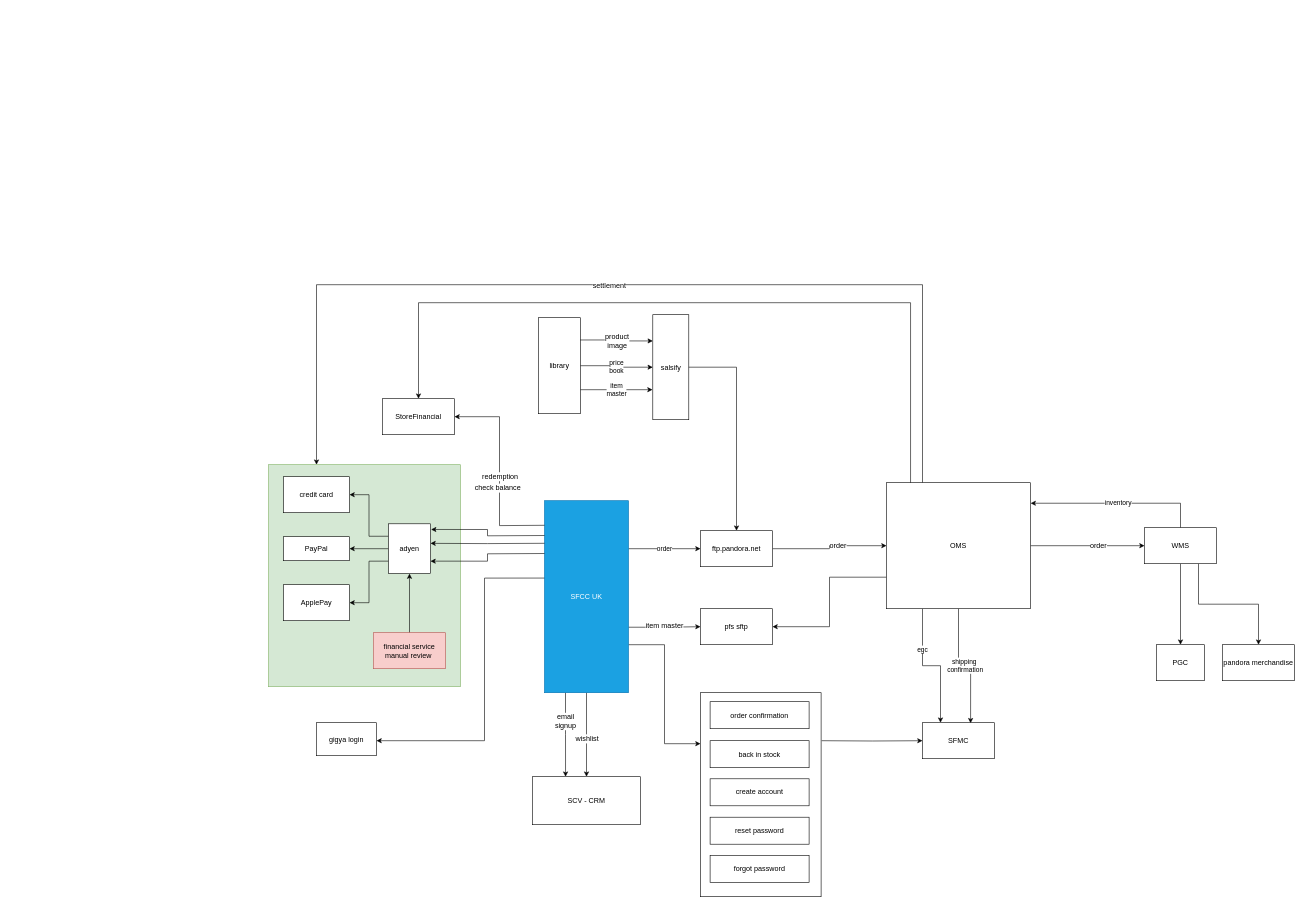
Earlier version of the draw.io diagram page "emea" (3 of 3) of Untitled Diagram.drawio (soum/pnd-diagrams). Source tidied: cells renumbered, new cells numbered last; positions are measured from the earlier drawing's top-left corner, leaving out a move shared by most shapes. Both pictures are drawn from the tidied source at 60%, with x=0, y=0 at pixel (268, 284).
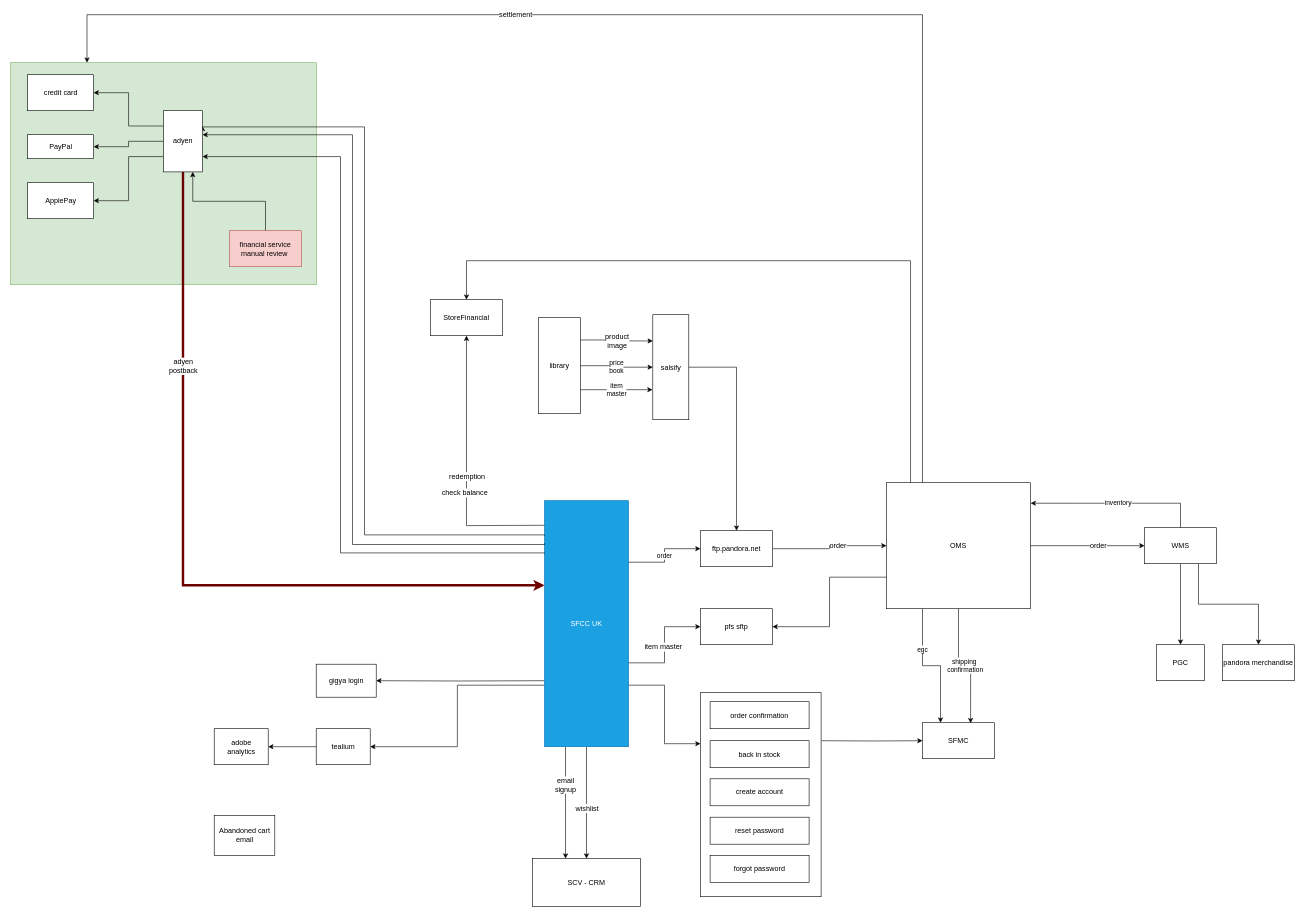
The same page after the edit.

Unchanged cells that the change refers to:
```xml
<mxCell id="33" value="OMS" style="rounded=0;whiteSpace=wrap;html=1;" parent="1" vertex="1">
  <mxGeometry x="1030" y="330" width="240" height="210" as="geometry" />
</mxCell>
```

The edit, as a diff of the source:
```diff
@@
     <mxCell id="2" style="rounded=0;whiteSpace=wrap;html=1;shadow=0;glass=0;comic=0;fillColor=#d5e8d4;strokeColor=#82b366;" parent="1" vertex="1">
-      <mxGeometry y="300" width="320" height="370" as="geometry" />
+      <mxGeometry x="-430" y="-370" width="510" height="370" as="geometry" />
     </mxCell>
@@
-    <mxCell id="7" style="edgeStyle=orthogonalEdgeStyle;rounded=0;jettySize=auto;html=1;" parent="1" edge="1" source="12">
-      <mxGeometry relative="1" as="geometry">
-        <mxPoint x="530" y="820" as="targetPoint" />
-      </mxGeometry>
+    <mxCell id="7" style="edgeStyle=orthogonalEdgeStyle;rounded=0;jettySize=auto;html=1;entryX=0.5;entryY=0;entryDx=0;entryDy=0;" parent="1" edge="1" source="12" target="64">
+      <mxGeometry relative="1" as="geometry" />
     </mxCell>
@@
-    <mxCell id="11" style="edgeStyle=orthogonalEdgeStyle;rounded=0;jettySize=auto;html=1;exitX=0.007;exitY=0.403;exitDx=0;exitDy=0;exitPerimeter=0;" parent="1" edge="1" source="12" target="13">
-      <mxGeometry relative="1" as="geometry">
-        <Array as="points">
-          <mxPoint x="360" y="489" />
-          <mxPoint x="360" y="760" />
-        </Array>
-      </mxGeometry>
-    </mxCell>
+    <mxCell id="65" style="edgeStyle=orthogonalEdgeStyle;rounded=0;jettySize=auto;html=1;entryX=1;entryY=0.5;entryDx=0;entryDy=0;strokeWidth=1;" parent="1" edge="1" target="13">
+      <mxGeometry relative="1" as="geometry">
+        <mxPoint x="460" y="660" as="sourcePoint" />
+      </mxGeometry>
+    </mxCell>
+    <mxCell id="66" style="edgeStyle=orthogonalEdgeStyle;rounded=0;jettySize=auto;html=1;exitX=0;exitY=0.75;exitDx=0;exitDy=0;entryX=1;entryY=0.5;entryDx=0;entryDy=0;strokeWidth=1;" parent="1" edge="1" source="12" target="70">
+      <mxGeometry relative="1" as="geometry" />
+    </mxCell>
     <mxCell id="12" value="SFCC UK" style="rounded=0;whiteSpace=wrap;html=1;fillColor=#1ba1e2;strokeColor=#006EAF;fontColor=#ffffff;" parent="1" vertex="1">
-      <mxGeometry x="460" y="360" width="140" height="320" as="geometry" />
+      <mxGeometry x="460" y="360" width="140" height="410" as="geometry" />
     </mxCell>
     <mxCell id="13" value="gigya login" style="rounded=0;whiteSpace=wrap;html=1;" parent="1" vertex="1">
-      <mxGeometry x="80" y="730" width="100" height="55" as="geometry" />
+      <mxGeometry x="79.5" y="632.5" width="100" height="55" as="geometry" />
     </mxCell>
-    <mxCell id="14" style="edgeStyle=orthogonalEdgeStyle;rounded=0;jettySize=auto;html=1;entryX=1;entryY=0.5;entryDx=0;entryDy=0;" parent="1" edge="1" target="21">
+    <mxCell id="14" style="edgeStyle=orthogonalEdgeStyle;rounded=0;jettySize=auto;html=1;entryX=0.5;entryY=1;entryDx=0;entryDy=0;" parent="1" edge="1" target="21">
       <mxGeometry relative="1" as="geometry">
         <mxPoint x="460" y="401" as="sourcePoint" />
       </mxGeometry>
     </mxCell>
@@
-    <mxCell id="17" style="edgeStyle=orthogonalEdgeStyle;rounded=0;jettySize=auto;html=1;entryX=1.014;entryY=0.114;entryDx=0;entryDy=0;entryPerimeter=0;" parent="1" edge="1" target="54">
+    <mxCell id="17" style="edgeStyle=orthogonalEdgeStyle;rounded=0;jettySize=auto;html=1;entryX=1;entryY=0.25;entryDx=0;entryDy=0;" parent="1" edge="1" target="54">
       <mxGeometry relative="1" as="geometry">
         <mxPoint x="460" y="418" as="sourcePoint" />
+        <Array as="points">
+          <mxPoint x="460" y="417" />
+          <mxPoint x="160" y="417" />
+          <mxPoint x="160" y="-263" />
+        </Array>
       </mxGeometry>
     </mxCell>
     <mxCell id="18" style="edgeStyle=orthogonalEdgeStyle;rounded=0;jettySize=auto;html=1;entryX=1;entryY=0.393;entryDx=0;entryDy=0;entryPerimeter=0;" parent="1" edge="1" target="54">
       <mxGeometry relative="1" as="geometry">
         <mxPoint x="460" y="431" as="sourcePoint" />
+        <Array as="points">
+          <mxPoint x="460" y="433" />
+          <mxPoint x="140" y="433" />
+          <mxPoint x="140" y="-250" />
+        </Array>
       </mxGeometry>
     </mxCell>
     <mxCell id="19" style="edgeStyle=orthogonalEdgeStyle;rounded=0;jettySize=auto;html=1;entryX=1;entryY=0.75;entryDx=0;entryDy=0;" parent="1" edge="1" target="54">
       <mxGeometry relative="1" as="geometry">
         <mxPoint x="460" y="448" as="sourcePoint" />
+        <Array as="points">
+          <mxPoint x="460" y="447" />
+          <mxPoint x="120" y="447" />
+          <mxPoint x="120" y="-213" />
+        </Array>
       </mxGeometry>
     </mxCell>
     <mxCell id="20" value="PayPal" style="rounded=0;whiteSpace=wrap;html=1;" parent="1" vertex="1">
-      <mxGeometry x="25" y="420" width="110" height="40" as="geometry" />
+      <mxGeometry x="-401.5" y="-250" width="110" height="40" as="geometry" />
     </mxCell>
     <mxCell id="21" value="StoreFinancial" style="rounded=0;whiteSpace=wrap;html=1;" parent="1" vertex="1">
-      <mxGeometry x="190" y="190" width="120" height="60" as="geometry" />
+      <mxGeometry x="270" y="25" width="120" height="60" as="geometry" />
     </mxCell>
@@
     <mxCell id="30" style="edgeStyle=orthogonalEdgeStyle;rounded=0;jettySize=auto;html=1;exitX=0.25;exitY=0;exitDx=0;exitDy=0;entryX=0.25;entryY=0;entryDx=0;entryDy=0;" parent="1" edge="1" source="33" target="2">
       <mxGeometry relative="1" as="geometry">
         <Array as="points">
-          <mxPoint x="1090" />
-          <mxPoint x="80" />
+          <mxPoint x="1090" y="-450" />
+          <mxPoint x="-303" y="-450" />
         </Array>
       </mxGeometry>
     </mxCell>
     <mxCell id="31" value="settlement" style="text;html=1;align=center;verticalAlign=middle;labelBackgroundColor=#ffffff;" parent="30" vertex="1">
-      <mxGeometry x="0.04" y="1" relative="1" as="geometry" />
+      <mxGeometry x="0.04" y="1" relative="1" as="geometry">
+        <mxPoint x="-287.5" y="-0.5" as="offset" />
+      </mxGeometry>
     </mxCell>
     <mxCell id="32" style="edgeStyle=orthogonalEdgeStyle;rounded=0;jettySize=auto;html=1;entryX=0.5;entryY=0;entryDx=0;entryDy=0;exitX=0.167;exitY=0.005;exitDx=0;exitDy=0;exitPerimeter=0;" parent="1" edge="1" source="33" target="21">
       <mxGeometry relative="1" as="geometry">
         <Array as="points">
-          <mxPoint x="1070" y="30" />
-          <mxPoint x="250" y="30" />
+          <mxPoint x="1070" y="-40" />
+          <mxPoint x="330" y="-40" />
         </Array>
       </mxGeometry>
     </mxCell>
@@
     <mxCell id="46" value="credit card" style="rounded=0;whiteSpace=wrap;html=1;" parent="1" vertex="1">
-      <mxGeometry x="25" y="320" width="110" height="60" as="geometry" />
+      <mxGeometry x="-401.5" y="-350" width="110" height="60" as="geometry" />
     </mxCell>
     <mxCell id="47" value="ApplePay" style="rounded=0;whiteSpace=wrap;html=1;" parent="1" vertex="1">
-      <mxGeometry x="25" y="500" width="110" height="60" as="geometry" />
+      <mxGeometry x="-401.5" y="-170" width="110" height="60" as="geometry" />
     </mxCell>
@@
+    <mxCell id="67" style="edgeStyle=orthogonalEdgeStyle;rounded=0;jettySize=auto;html=1;exitX=0.5;exitY=1;exitDx=0;exitDy=0;entryX=0;entryY=0.344;entryDx=0;entryDy=0;entryPerimeter=0;strokeWidth=4;fillColor=#a20025;strokeColor=#6F0000;" parent="1" edge="1" source="54" target="12">
+      <mxGeometry relative="1" as="geometry" />
+    </mxCell>
+    <mxCell id="68" value="adyen &lt;br&gt;postback" style="text;html=1;align=center;verticalAlign=middle;labelBackgroundColor=#ffffff;" parent="67" vertex="1">
+      <mxGeometry x="-0.5" relative="1" as="geometry" />
+    </mxCell>
     <mxCell id="54" value="adyen" style="rounded=0;whiteSpace=wrap;html=1;shadow=0;glass=0;comic=0;" parent="1" vertex="1">
-      <mxGeometry x="200" y="398.5" width="70" height="83" as="geometry" />
+      <mxGeometry x="-175" y="-290" width="65" height="102" as="geometry" />
     </mxCell>
-    <mxCell id="55" style="edgeStyle=orthogonalEdgeStyle;rounded=0;jettySize=auto;html=1;exitX=0.5;exitY=0;exitDx=0;exitDy=0;entryX=0.5;entryY=1;entryDx=0;entryDy=0;" parent="1" edge="1" source="56" target="54">
+    <mxCell id="55" style="edgeStyle=orthogonalEdgeStyle;rounded=0;jettySize=auto;html=1;exitX=0.5;exitY=0;exitDx=0;exitDy=0;entryX=0.75;entryY=1;entryDx=0;entryDy=0;" parent="1" edge="1" source="56" target="54">
       <mxGeometry relative="1" as="geometry" />
     </mxCell>
     <mxCell id="56" value="financial service &lt;br&gt;manual&amp;nbsp;review&amp;nbsp;" style="rounded=0;whiteSpace=wrap;html=1;fillColor=#f8cecc;strokeColor=#b85450;" parent="1" vertex="1">
-      <mxGeometry x="175" y="580" width="120" height="60" as="geometry" />
+      <mxGeometry x="-65" y="-90" width="120" height="60" as="geometry" />
     </mxCell>
@@
     <mxCell id="64" value="SCV - CRM" style="rounded=0;whiteSpace=wrap;html=1;" parent="1" vertex="1">
-      <mxGeometry x="440" y="820" width="180" height="80" as="geometry" />
+      <mxGeometry x="440" y="956.5" width="180" height="80" as="geometry" />
     </mxCell>
+    <mxCell id="69" style="edgeStyle=orthogonalEdgeStyle;rounded=0;jettySize=auto;html=1;strokeWidth=1;" parent="1" edge="1" source="70" target="71">
+      <mxGeometry relative="1" as="geometry" />
+    </mxCell>
+    <mxCell id="70" value="tealium" style="rounded=0;whiteSpace=wrap;html=1;fillColor=none;" parent="1" vertex="1">
+      <mxGeometry x="79.5" y="740" width="90" height="60" as="geometry" />
+    </mxCell>
+    <mxCell id="71" value="adobe &lt;br&gt;analytics" style="rounded=0;whiteSpace=wrap;html=1;fillColor=none;" parent="1" vertex="1">
+      <mxGeometry x="-90.5" y="740" width="90" height="60" as="geometry" />
+    </mxCell>
+    <mxCell id="72" value="Abandoned cart email" style="rounded=0;whiteSpace=wrap;html=1;fillColor=none;" parent="1" vertex="1">
+      <mxGeometry x="-90.5" y="884.5" width="101" height="67" as="geometry" />
+    </mxCell>
```
